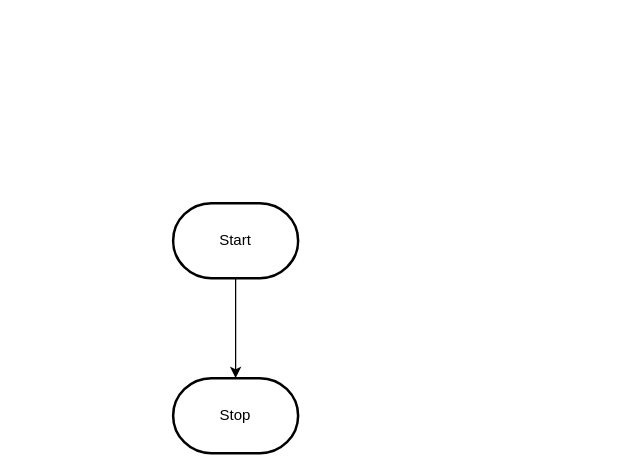
MTHS-ICS2O-2-2022/ICS2O-Unit-3-04-janet-do keeps this draw.io diagram as design/flowchart.drawio. Above is the earlier version. Source tidied: cells renumbered, new cells numbered last; positions are measured from the earlier drawing's top-left corner, leaving out a move shared by most shapes. Both pictures are drawn from the tidied source at 125%, with x=0, y=0 at pixel (172, 202).
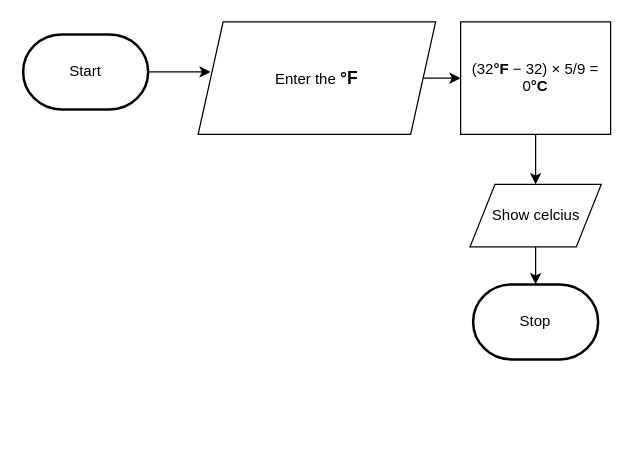
Above is the later version.

What changed in the source:
```diff
@@
 <mxGraphModel>
   <root>
     <mxCell id="0" />
     <mxCell id="1" parent="0" />
-    <mxCell id="2" style="edgeStyle=orthogonalEdgeStyle;html=1;rounded=0;" parent="1" edge="1" source="3" target="4">
-      <mxGeometry relative="1" as="geometry" />
-    </mxCell>
+    <mxCell id="5" style="edgeStyle=orthogonalEdgeStyle;html=1;exitX=1;exitY=0.5;exitDx=0;exitDy=0;exitPerimeter=0;rounded=0;" parent="1" edge="1" source="3">
+      <mxGeometry relative="1" as="geometry">
+        <mxPoint x="30" y="-105" as="targetPoint" />
+      </mxGeometry>
+    </mxCell>
     <mxCell id="3" value="Start" style="strokeWidth=2;html=1;shape=mxgraph.flowchart.terminator;whiteSpace=wrap;" parent="1" vertex="1">
-      <mxGeometry width="100" height="60" as="geometry" />
+      <mxGeometry x="-120" y="-135" width="100" height="60" as="geometry" />
     </mxCell>
     <mxCell id="4" value="Stop" style="strokeWidth=2;html=1;shape=mxgraph.flowchart.terminator;whiteSpace=wrap;" parent="1" vertex="1">
-      <mxGeometry y="140" width="100" height="60" as="geometry" />
+      <mxGeometry x="240" y="65" width="100" height="60" as="geometry" />
     </mxCell>
+    <mxCell id="6" style="edgeStyle=orthogonalEdgeStyle;shape=connector;rounded=0;html=1;exitX=1;exitY=0.5;exitDx=0;exitDy=0;entryX=0;entryY=0.5;entryDx=0;entryDy=0;labelBackgroundColor=default;strokeColor=default;fontFamily=Helvetica;fontSize=11;fontColor=default;endArrow=classic;" parent="1" edge="1" source="7" target="9">
+      <mxGeometry relative="1" as="geometry" />
+    </mxCell>
+    <mxCell id="7" value="Enter the&amp;nbsp;&lt;b style=&quot;font-family: arial, sans-serif; font-size: 14px; text-align: left;&quot;&gt;°F&lt;/b&gt;" style="shape=parallelogram;perimeter=parallelogramPerimeter;whiteSpace=wrap;html=1;fixedSize=1;" parent="1" vertex="1">
+      <mxGeometry x="20" y="-145" width="190" height="90" as="geometry" />
+    </mxCell>
+    <mxCell id="8" style="edgeStyle=orthogonalEdgeStyle;rounded=0;html=1;exitX=0.5;exitY=1;exitDx=0;exitDy=0;" parent="1" edge="1" source="9" target="11">
+      <mxGeometry relative="1" as="geometry" />
+    </mxCell>
+    <mxCell id="9" value="&lt;div style=&quot;margin-bottom: 2px; padding: 2.5px 3px 1.5px;&quot; class=&quot;bjhkR&quot;&gt;(32&lt;b&gt;°F&lt;/b&gt;&amp;nbsp;− 32) × 5/9 = 0&lt;b&gt;°C&lt;/b&gt;&lt;/div&gt;" style="rounded=0;whiteSpace=wrap;html=1;" parent="1" vertex="1">
+      <mxGeometry x="230" y="-145" width="120" height="90" as="geometry" />
+    </mxCell>
+    <mxCell id="10" style="edgeStyle=orthogonalEdgeStyle;shape=connector;rounded=0;html=1;exitX=0.5;exitY=1;exitDx=0;exitDy=0;entryX=0.5;entryY=0;entryDx=0;entryDy=0;entryPerimeter=0;labelBackgroundColor=default;strokeColor=default;fontFamily=Helvetica;fontSize=11;fontColor=default;endArrow=classic;" parent="1" edge="1" source="11" target="4">
+      <mxGeometry relative="1" as="geometry" />
+    </mxCell>
+    <mxCell id="11" value="Show celcius" style="shape=parallelogram;perimeter=parallelogramPerimeter;whiteSpace=wrap;html=1;fixedSize=1;" parent="1" vertex="1">
+      <mxGeometry x="237.5" y="-15" width="105" height="50" as="geometry" />
+    </mxCell>
   </root>
 </mxGraphModel>
```
